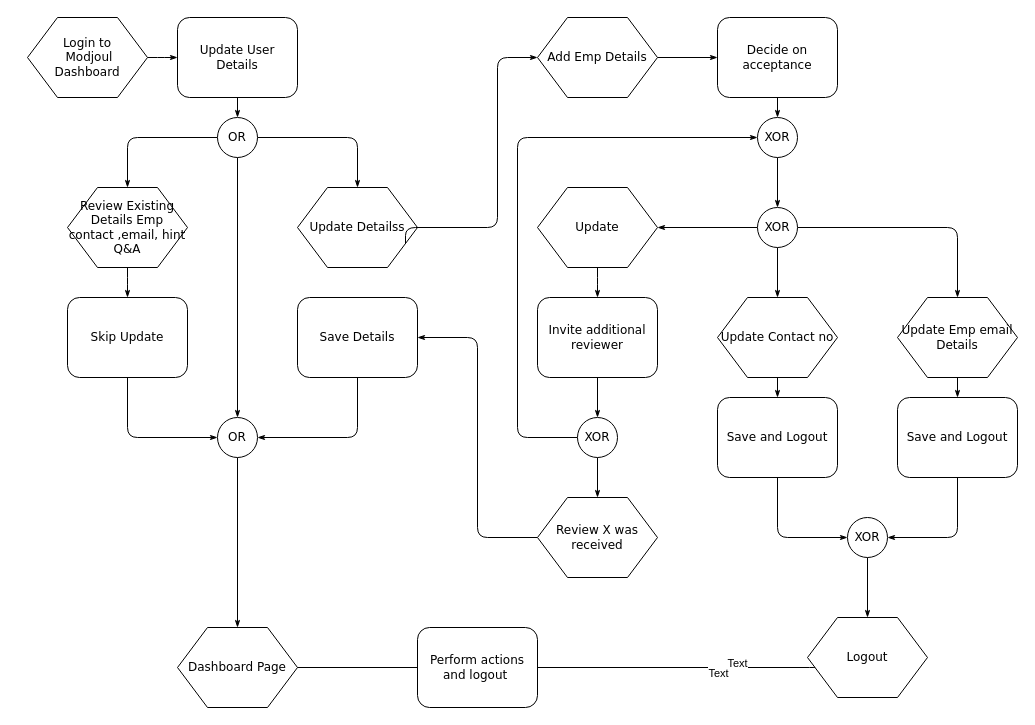
Earlier version of the draw.io diagram Untitled Diagram.drawio (piyushsingh82/ReactNativeExamples). Source tidied: cells renumbered, new cells numbered last; positions are measured from the earlier drawing's top-left corner, leaving out a move shared by most shapes. Both pictures are drawn from the tidied source at 100%, with x=0, y=0 at pixel (27, 17).
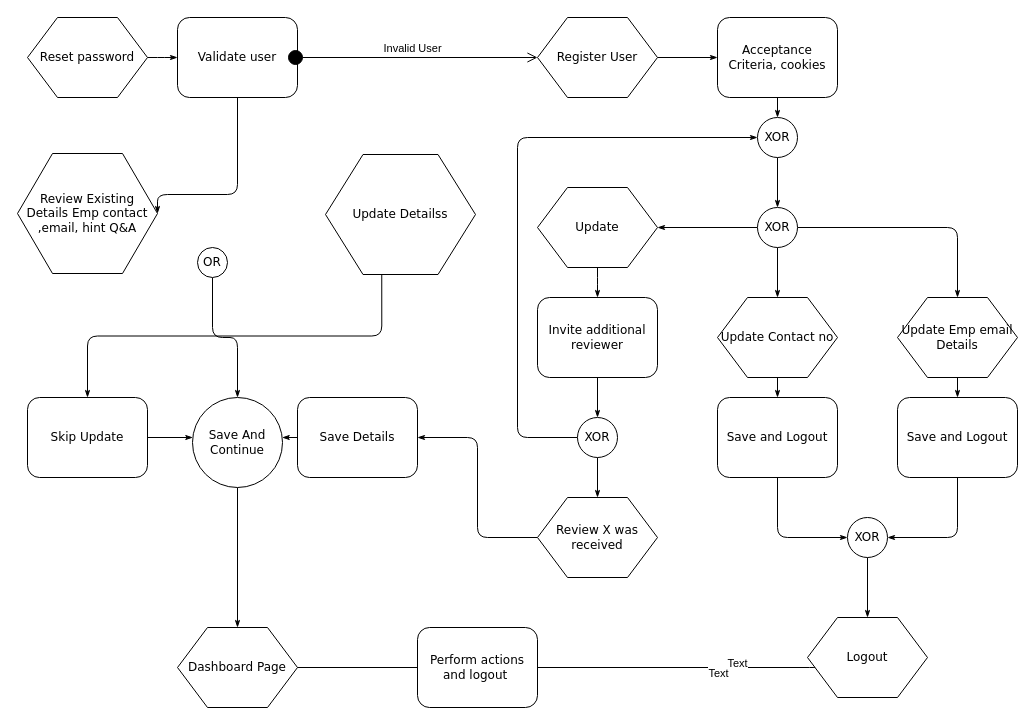
After the change.

Diff of the diagram source:
```diff
@@
-    <mxCell id="3" value="&lt;span style=&quot;background-color: initial;&quot;&gt;Login to&lt;br&gt;&lt;/span&gt;&lt;span style=&quot;background-color: initial;&quot;&gt;&amp;nbsp;Modjoul Dashboard&lt;/span&gt;" style="shape=hexagon;perimeter=hexagonPerimeter;whiteSpace=wrap;html=1;rounded=0;shadow=0;labelBackgroundColor=none;strokeWidth=1;fontFamily=Verdana;fontSize=12;align=center;" parent="1" vertex="1">
+    <mxCell id="3" value="Reset password" style="shape=hexagon;perimeter=hexagonPerimeter;whiteSpace=wrap;html=1;rounded=0;shadow=0;labelBackgroundColor=none;strokeWidth=1;fontFamily=Verdana;fontSize=12;align=center;" parent="1" vertex="1">
       <mxGeometry width="120" height="80" as="geometry" />
     </mxCell>
-    <mxCell id="4" style="edgeStyle=orthogonalEdgeStyle;rounded=1;html=1;labelBackgroundColor=none;startArrow=none;startFill=0;startSize=5;endArrow=classicThin;endFill=1;endSize=5;jettySize=auto;strokeWidth=1;fontFamily=Verdana;fontSize=8;" parent="1" edge="1" source="5" target="9">
-      <mxGeometry relative="1" as="geometry" />
+    <mxCell id="4" style="edgeStyle=orthogonalEdgeStyle;rounded=1;html=1;labelBackgroundColor=none;startArrow=none;startFill=0;startSize=5;endArrow=classicThin;endFill=1;endSize=5;jettySize=auto;strokeWidth=1;fontFamily=Verdana;fontSize=8;entryX=1;entryY=0.5;entryDx=0;entryDy=0;" parent="1" edge="1" source="5" target="11">
+      <mxGeometry relative="1" as="geometry">
+        <Array as="points">
+          <mxPoint x="210" y="177" />
+          <mxPoint x="130" y="177" />
+        </Array>
+      </mxGeometry>
     </mxCell>
-    <mxCell id="5" value="Update User Details" style="rounded=1;whiteSpace=wrap;html=1;shadow=0;labelBackgroundColor=none;strokeWidth=1;fontFamily=Verdana;fontSize=12;align=center;" parent="1" vertex="1">
+    <mxCell id="5" value="Validate user" style="rounded=1;whiteSpace=wrap;html=1;shadow=0;labelBackgroundColor=none;strokeWidth=1;fontFamily=Verdana;fontSize=12;align=center;" parent="1" vertex="1">
       <mxGeometry x="150" width="120" height="80" as="geometry" />
     </mxCell>
-    <mxCell id="6" style="edgeStyle=orthogonalEdgeStyle;rounded=1;html=1;labelBackgroundColor=none;startArrow=none;startFill=0;startSize=5;endArrow=classicThin;endFill=1;endSize=5;jettySize=auto;strokeWidth=1;fontFamily=Verdana;fontSize=8;" parent="1" edge="1" source="9" target="12">
-      <mxGeometry relative="1" as="geometry" />
-    </mxCell>
-    <mxCell id="7" style="edgeStyle=orthogonalEdgeStyle;rounded=1;html=1;labelBackgroundColor=none;startArrow=none;startFill=0;startSize=5;endArrow=classicThin;endFill=1;endSize=5;jettySize=auto;strokeWidth=1;fontFamily=Verdana;fontSize=8;" parent="1" edge="1" source="9" target="11">
-      <mxGeometry relative="1" as="geometry" />
-    </mxCell>
@@
     <mxCell id="9" value="OR" style="ellipse;whiteSpace=wrap;html=1;rounded=1;shadow=0;labelBackgroundColor=none;strokeWidth=1;fontFamily=Verdana;fontSize=12;align=center;" parent="1" vertex="1">
-      <mxGeometry x="190" y="100" width="40" height="40" as="geometry" />
+      <mxGeometry x="170" y="230" width="30" height="30" as="geometry" />
     </mxCell>
-    <mxCell id="10" style="edgeStyle=orthogonalEdgeStyle;rounded=1;html=1;labelBackgroundColor=none;startArrow=none;startFill=0;startSize=5;endArrow=classicThin;endFill=1;endSize=5;jettySize=auto;strokeWidth=1;fontFamily=Verdana;fontSize=8;" parent="1" edge="1" source="11" target="14">
+    <mxCell id="10" style="edgeStyle=orthogonalEdgeStyle;rounded=1;html=1;labelBackgroundColor=none;startArrow=none;startFill=0;startSize=5;endArrow=classicThin;endFill=1;endSize=5;jettySize=auto;strokeWidth=1;fontFamily=Verdana;fontSize=8;exitX=0.375;exitY=1;exitDx=0;exitDy=0;" parent="1" edge="1" source="12" target="14">
       <mxGeometry relative="1" as="geometry" />
     </mxCell>
     <mxCell id="11" value="Review Existing Details Emp contact ,email, hint Q&amp;amp;A" style="shape=hexagon;perimeter=hexagonPerimeter;whiteSpace=wrap;html=1;rounded=0;shadow=0;labelBackgroundColor=none;strokeWidth=1;fontFamily=Verdana;fontSize=12;align=center;" parent="1" vertex="1">
-      <mxGeometry x="40" y="170" width="120" height="80" as="geometry" />
+      <mxGeometry x="-10" y="136" width="140" height="120" as="geometry" />
     </mxCell>
     <mxCell id="12" value="Update Detailss" style="shape=hexagon;perimeter=hexagonPerimeter;whiteSpace=wrap;html=1;rounded=0;shadow=0;labelBackgroundColor=none;strokeWidth=1;fontFamily=Verdana;fontSize=12;align=center;" parent="1" vertex="1">
-      <mxGeometry x="270" y="170" width="120" height="80" as="geometry" />
+      <mxGeometry x="298" y="137" width="150" height="120" as="geometry" />
     </mxCell>
@@
     <mxCell id="14" value="Skip Update" style="rounded=1;whiteSpace=wrap;html=1;shadow=0;labelBackgroundColor=none;strokeWidth=1;fontFamily=Verdana;fontSize=12;align=center;" parent="1" vertex="1">
-      <mxGeometry x="40" y="280" width="120" height="80" as="geometry" />
+      <mxGeometry y="380" width="120" height="80" as="geometry" />
     </mxCell>
@@
     <mxCell id="16" value="Save Details" style="rounded=1;whiteSpace=wrap;html=1;shadow=0;labelBackgroundColor=none;strokeWidth=1;fontFamily=Verdana;fontSize=12;align=center;" parent="1" vertex="1">
-      <mxGeometry x="270" y="280" width="120" height="80" as="geometry" />
+      <mxGeometry x="270" y="380" width="120" height="80" as="geometry" />
     </mxCell>
@@
-    <mxCell id="18" value="OR" style="ellipse;whiteSpace=wrap;html=1;rounded=1;shadow=0;labelBackgroundColor=none;strokeWidth=1;fontFamily=Verdana;fontSize=12;align=center;" parent="1" vertex="1">
-      <mxGeometry x="190" y="400" width="40" height="40" as="geometry" />
+    <mxCell id="18" value="Save And Continue" style="ellipse;whiteSpace=wrap;html=1;rounded=1;shadow=0;labelBackgroundColor=none;strokeWidth=1;fontFamily=Verdana;fontSize=12;align=center;" parent="1" vertex="1">
+      <mxGeometry x="165" y="380" width="90" height="90" as="geometry" />
     </mxCell>
@@
-    <mxCell id="23" style="edgeStyle=orthogonalEdgeStyle;rounded=1;html=1;labelBackgroundColor=none;startArrow=none;startFill=0;startSize=5;endArrow=classicThin;endFill=1;endSize=5;jettySize=auto;strokeWidth=1;fontFamily=Verdana;fontSize=8;exitX=1;exitY=0.75;exitDx=0;exitDy=0;" parent="1" edge="1" source="12" target="25">
-      <mxGeometry relative="1" as="geometry">
-        <Array as="points">
-          <mxPoint x="378" y="210" />
-          <mxPoint x="470" y="210" />
-          <mxPoint x="470" y="40" />
-        </Array>
-      </mxGeometry>
-    </mxCell>
@@
-    <mxCell id="25" value="Add Emp Details" style="shape=hexagon;perimeter=hexagonPerimeter;whiteSpace=wrap;html=1;rounded=0;shadow=0;labelBackgroundColor=none;strokeWidth=1;fontFamily=Verdana;fontSize=12;align=center;" parent="1" vertex="1">
+    <mxCell id="25" value="Register User" style="shape=hexagon;perimeter=hexagonPerimeter;whiteSpace=wrap;html=1;rounded=0;shadow=0;labelBackgroundColor=none;strokeWidth=1;fontFamily=Verdana;fontSize=12;align=center;" parent="1" vertex="1">
       <mxGeometry x="510" width="120" height="80" as="geometry" />
     </mxCell>
@@
-    <mxCell id="27" value="Decide on acceptance" style="rounded=1;whiteSpace=wrap;html=1;shadow=0;labelBackgroundColor=none;strokeWidth=1;fontFamily=Verdana;fontSize=12;align=center;" parent="1" vertex="1">
+    <mxCell id="27" value="Acceptance Criteria, cookies" style="rounded=1;whiteSpace=wrap;html=1;shadow=0;labelBackgroundColor=none;strokeWidth=1;fontFamily=Verdana;fontSize=12;align=center;" parent="1" vertex="1">
       <mxGeometry x="690" width="120" height="80" as="geometry" />
     </mxCell>
@@
+    <mxCell id="56" value="Invalid User" style="html=1;verticalAlign=bottom;startArrow=circle;startFill=1;endArrow=open;startSize=6;endSize=8;rounded=0;labelBorderColor=none;" parent="1" edge="1">
+      <mxGeometry relative="1" as="geometry">
+        <mxPoint x="260" y="40" as="sourcePoint" />
+        <mxPoint x="510" y="40" as="targetPoint" />
+      </mxGeometry>
+    </mxCell>
```
